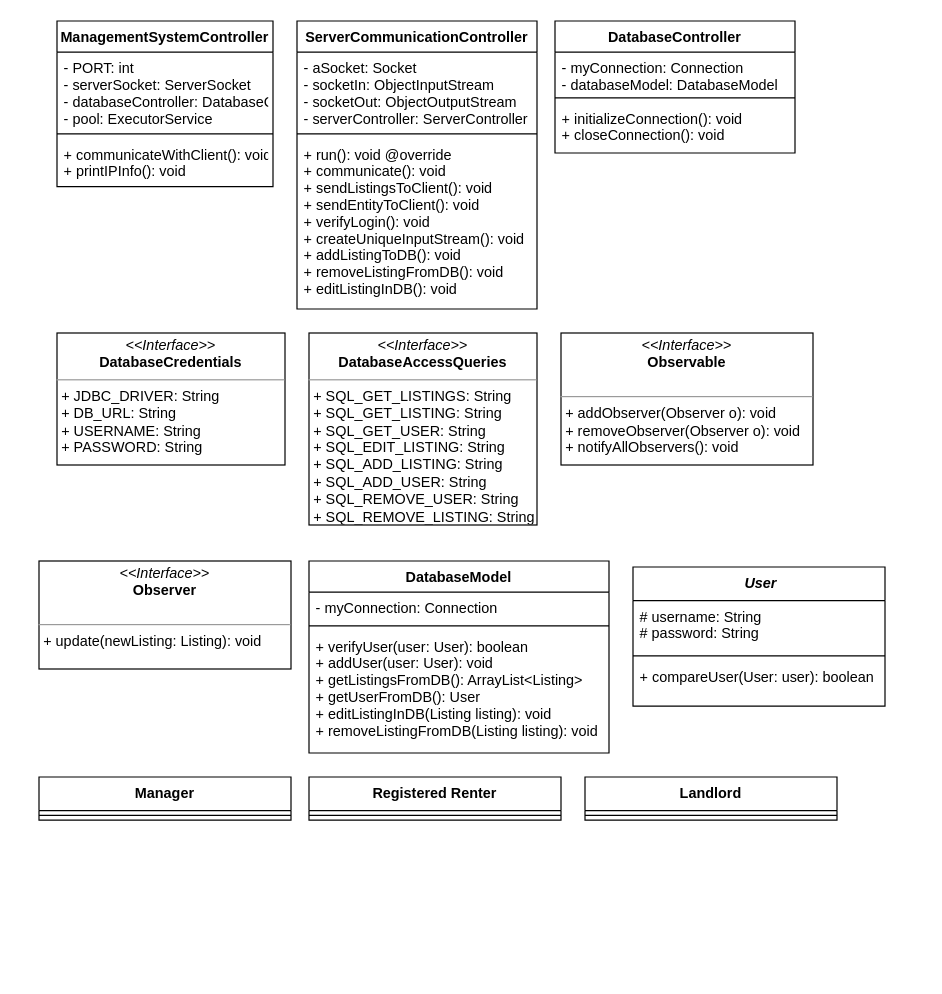
Earlier version of the draw.io diagram page "Server" (1 of 2) of AttributesUMLDiagram.drawio (ryan-holt/ENSF480FinalProject). Source tidied: cells renumbered, new cells numbered last; positions are measured from the earlier drawing's top-left corner, leaving out a move shared by most shapes. Both pictures are drawn from the tidied source at 120%, with x=0, y=0 at pixel (38, 20).
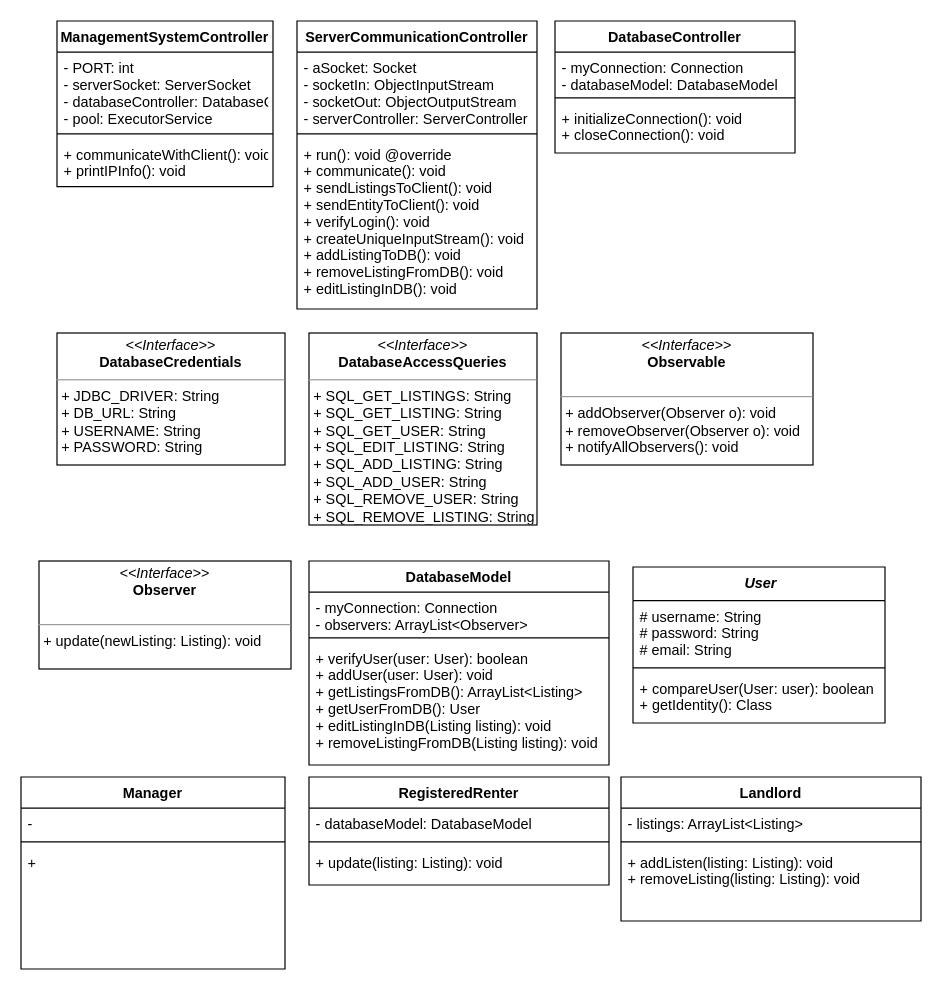
The same diagram, later.

Change to the diagram source:
```diff
@@
     <mxCell id="18" value="DatabaseModel" style="swimlane;fontStyle=1;align=center;verticalAlign=top;horizontal=1;startSize=26;" parent="1" vertex="1">
-      <mxGeometry x="225" y="450" width="250" height="160" as="geometry" />
+      <mxGeometry x="225" y="450" width="250" height="170" as="geometry" />
     </mxCell>
-    <mxCell id="19" value="- myConnection: Connection" style="text;strokeColor=none;fillColor=none;align=left;verticalAlign=top;spacingLeft=4;spacingRight=4;overflow=hidden;" parent="18" vertex="1">
-      <mxGeometry y="26" width="250" height="24" as="geometry" />
+    <mxCell id="19" value="- myConnection: Connection&#10;- observers: ArrayList&lt;Observer&gt;" style="text;strokeColor=none;fillColor=none;align=left;verticalAlign=top;spacingLeft=4;spacingRight=4;overflow=hidden;" parent="18" vertex="1">
+      <mxGeometry y="26" width="250" height="34" as="geometry" />
     </mxCell>
     <mxCell id="20" style="line;strokeWidth=1;fillColor=none;align=left;verticalAlign=middle;spacingTop=-1;spacingLeft=3;spacingRight=3;labelPosition=right;" parent="18" vertex="1">
-      <mxGeometry y="50" width="250" height="8" as="geometry" />
+      <mxGeometry y="60" width="250" height="8" as="geometry" />
     </mxCell>
     <mxCell id="21" value="+ verifyUser(user: User): boolean&#10;+ addUser(user: User): void&#10;+ getListingsFromDB(): ArrayList&lt;Listing&gt;&#10;+ getUserFromDB(): User&#10;+ editListingInDB(Listing listing): void&#10;+ removeListingFromDB(Listing listing): void&#10;" style="text;strokeColor=none;fillColor=none;align=left;verticalAlign=top;spacingLeft=4;spacingRight=4;overflow=hidden;" parent="18" vertex="1">
-      <mxGeometry y="58" width="250" height="102" as="geometry" />
+      <mxGeometry y="68" width="250" height="102" as="geometry" />
     </mxCell>
     <mxCell id="22" value=" User" style="swimlane;fontStyle=3;align=center;verticalAlign=top;horizontal=1;startSize=28;shadow=0;comic=0;noLabel=0;" parent="1" vertex="1">
-      <mxGeometry x="495" y="455" width="210" height="116" as="geometry" />
+      <mxGeometry x="495" y="455" width="210" height="130" as="geometry" />
     </mxCell>
-    <mxCell id="23" value="# username: String&#10;# password: String" style="text;strokeColor=none;fillColor=none;align=left;verticalAlign=top;spacingLeft=4;spacingRight=4;overflow=hidden;" parent="22" vertex="1">
-      <mxGeometry y="28" width="210" height="42" as="geometry" />
+    <mxCell id="23" value="# username: String&#10;# password: String&#10;# email: String" style="text;strokeColor=none;fillColor=none;align=left;verticalAlign=top;spacingLeft=4;spacingRight=4;overflow=hidden;" parent="22" vertex="1">
+      <mxGeometry y="28" width="210" height="52" as="geometry" />
     </mxCell>
     <mxCell id="24" style="line;strokeWidth=1;fillColor=none;align=left;verticalAlign=middle;spacingTop=-1;spacingLeft=3;spacingRight=3;labelPosition=right;" parent="22" vertex="1">
-      <mxGeometry y="70" width="210" height="8" as="geometry" />
+      <mxGeometry y="80" width="210" height="8" as="geometry" />
     </mxCell>
-    <mxCell id="25" value="+ compareUser(User: user): boolean" style="text;strokeColor=none;fillColor=none;align=left;verticalAlign=top;spacingLeft=4;spacingRight=4;overflow=hidden;" parent="22" vertex="1">
-      <mxGeometry y="78" width="210" height="38" as="geometry" />
+    <mxCell id="25" value="+ compareUser(User: user): boolean&#10;+ getIdentity(): Class" style="text;strokeColor=none;fillColor=none;align=left;verticalAlign=top;spacingLeft=4;spacingRight=4;overflow=hidden;" parent="22" vertex="1">
+      <mxGeometry y="88" width="210" height="42" as="geometry" />
     </mxCell>
-    <mxCell id="26" value="Registered Renter" style="swimlane;fontStyle=1;align=center;verticalAlign=top;horizontal=1;startSize=28;shadow=0;comic=0;noLabel=0;" parent="1" vertex="1">
-      <mxGeometry x="225" y="630" width="210" height="36" as="geometry" />
-    </mxCell>
-    <mxCell id="27" style="line;strokeWidth=1;fillColor=none;align=left;verticalAlign=middle;spacingTop=-1;spacingLeft=3;spacingRight=3;labelPosition=right;" parent="26" vertex="1">
-      <mxGeometry y="28" width="210" height="8" as="geometry" />
-    </mxCell>
+    <mxCell id="30" value="Manager" style="swimlane;fontStyle=1;align=center;verticalAlign=top;horizontal=1;startSize=26;" parent="1" vertex="1">
+      <mxGeometry x="-15" y="630" width="220" height="160" as="geometry" />
+    </mxCell>
+    <mxCell id="32" value="- " style="text;strokeColor=none;fillColor=none;align=left;verticalAlign=top;spacingLeft=4;spacingRight=4;overflow=hidden;" parent="30" vertex="1">
+      <mxGeometry y="26" width="220" height="24" as="geometry" />
+    </mxCell>
+    <mxCell id="33" style="line;strokeWidth=1;fillColor=none;align=left;verticalAlign=middle;spacingTop=-1;spacingLeft=3;spacingRight=3;labelPosition=right;" parent="30" vertex="1">
+      <mxGeometry y="50" width="220" height="8" as="geometry" />
+    </mxCell>
+    <mxCell id="34" value="+" style="text;strokeColor=none;fillColor=none;align=left;verticalAlign=top;spacingLeft=4;spacingRight=4;overflow=hidden;" parent="30" vertex="1">
+      <mxGeometry y="58" width="220" height="102" as="geometry" />
+    </mxCell>
+    <mxCell id="35" value="RegisteredRenter" style="swimlane;fontStyle=1;align=center;verticalAlign=top;horizontal=1;startSize=26;" parent="1" vertex="1">
+      <mxGeometry x="225" y="630" width="250" height="90" as="geometry" />
+    </mxCell>
+    <mxCell id="36" value="- databaseModel: DatabaseModel" style="text;strokeColor=none;fillColor=none;align=left;verticalAlign=top;spacingLeft=4;spacingRight=4;overflow=hidden;" parent="35" vertex="1">
+      <mxGeometry y="26" width="250" height="24" as="geometry" />
+    </mxCell>
+    <mxCell id="37" style="line;strokeWidth=1;fillColor=none;align=left;verticalAlign=middle;spacingTop=-1;spacingLeft=3;spacingRight=3;labelPosition=right;" parent="35" vertex="1">
+      <mxGeometry y="50" width="250" height="8" as="geometry" />
+    </mxCell>
+    <mxCell id="38" value="+ update(listing: Listing): void" style="text;strokeColor=none;fillColor=none;align=left;verticalAlign=top;spacingLeft=4;spacingRight=4;overflow=hidden;" parent="35" vertex="1">
+      <mxGeometry y="58" width="250" height="32" as="geometry" />
+    </mxCell>
-    <mxCell id="28" value="Landlord" style="swimlane;fontStyle=1;align=center;verticalAlign=top;horizontal=1;startSize=28;shadow=0;comic=0;noLabel=0;" parent="1" vertex="1">
-      <mxGeometry x="455" y="630" width="210" height="36" as="geometry" />
+    <mxCell id="28" value="Landlord" style="swimlane;fontStyle=1;align=center;verticalAlign=top;horizontal=1;startSize=26;" parent="1" vertex="1">
+      <mxGeometry x="485" y="630" width="250" height="120" as="geometry" />
     </mxCell>
-    <mxCell id="29" style="line;strokeWidth=1;fillColor=none;align=left;verticalAlign=middle;spacingTop=-1;spacingLeft=3;spacingRight=3;labelPosition=right;" parent="28" vertex="1">
-      <mxGeometry y="28" width="210" height="8" as="geometry" />
-    </mxCell>
-    <mxCell id="30" value="Manager" style="swimlane;fontStyle=1;align=center;verticalAlign=top;horizontal=1;startSize=28;shadow=0;comic=0;noLabel=0;" parent="1" vertex="1">
-      <mxGeometry y="630" width="210" height="36" as="geometry" />
-    </mxCell>
-    <mxCell id="31" style="line;strokeWidth=1;fillColor=none;align=left;verticalAlign=middle;spacingTop=-1;spacingLeft=3;spacingRight=3;labelPosition=right;" parent="30" vertex="1">
-      <mxGeometry y="28" width="210" height="8" as="geometry" />
-    </mxCell>
+    <mxCell id="39" value="- listings: ArrayList&lt;Listing&gt;" style="text;strokeColor=none;fillColor=none;align=left;verticalAlign=top;spacingLeft=4;spacingRight=4;overflow=hidden;" parent="28" vertex="1">
+      <mxGeometry y="26" width="250" height="24" as="geometry" />
+    </mxCell>
+    <mxCell id="40" style="line;strokeWidth=1;fillColor=none;align=left;verticalAlign=middle;spacingTop=-1;spacingLeft=3;spacingRight=3;labelPosition=right;" parent="28" vertex="1">
+      <mxGeometry y="50" width="250" height="8" as="geometry" />
+    </mxCell>
+    <mxCell id="41" value="+ addListen(listing: Listing): void&#10;+ removeListing(listing: Listing): void&#10;" style="text;strokeColor=none;fillColor=none;align=left;verticalAlign=top;spacingLeft=4;spacingRight=4;overflow=hidden;" parent="28" vertex="1">
+      <mxGeometry y="58" width="250" height="62" as="geometry" />
+    </mxCell>
```
